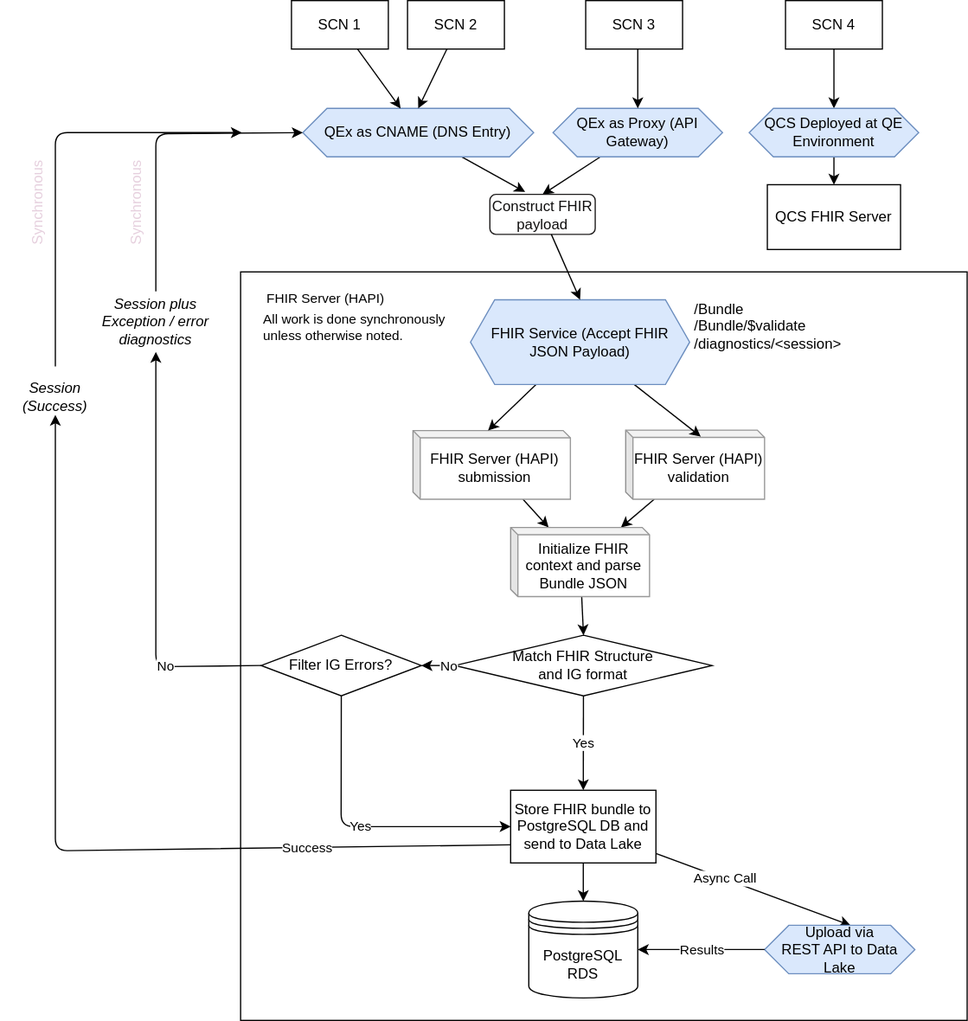
The draw.io diagram support/docs/qcs-fhir-service.drawio.svg in qe-collaborative-services/1115-hub, before a commit. Source tidied: cells renumbered, new cells last; positions are measured from the earlier drawing's top-left corner, leaving out a move shared by most shapes.
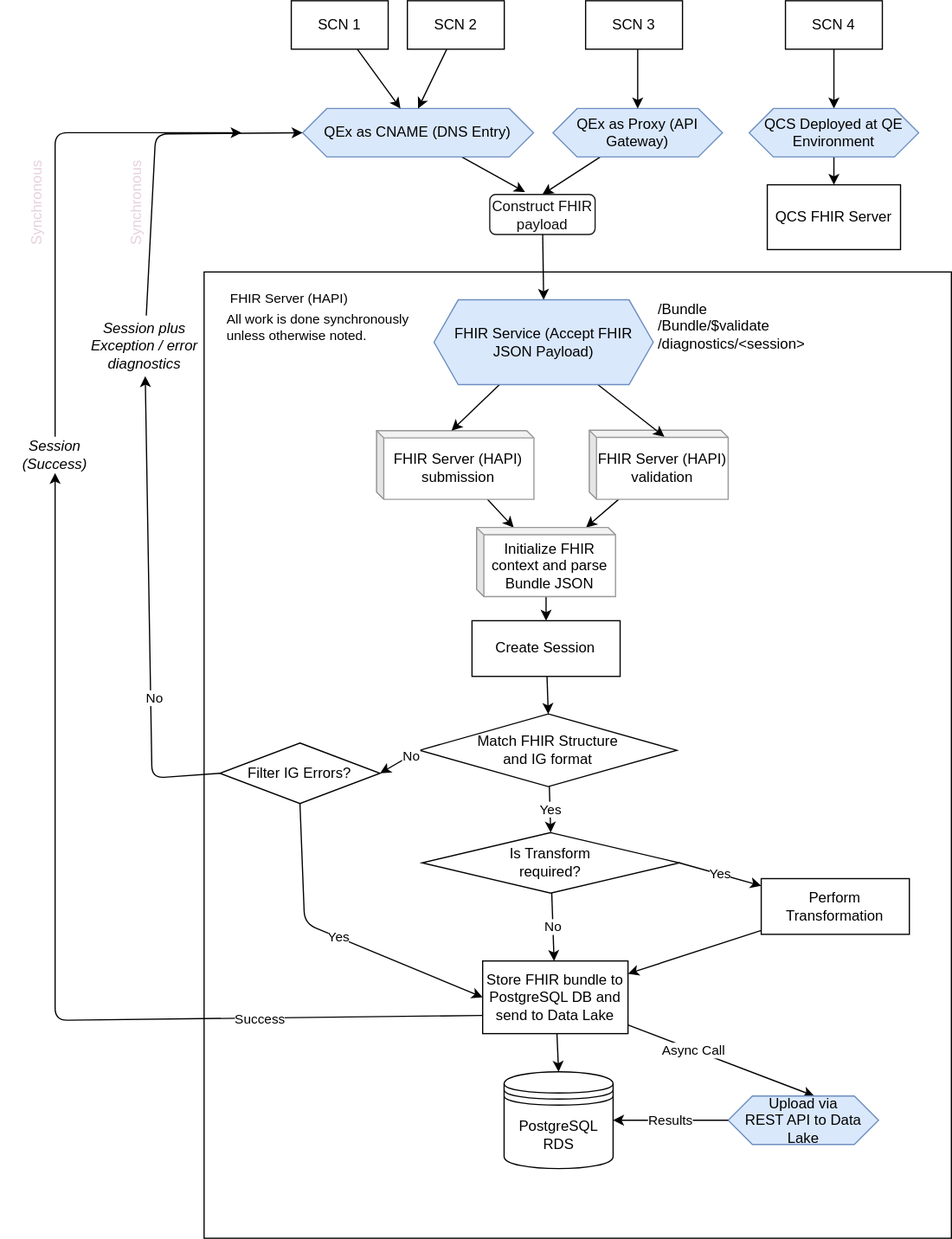
Later version of the same file.

Commit message:
docs: add transform option to the diagram

Change to the diagram source:
```diff
@@ -16,13 +16,13 @@
       </mxGeometry>
     </mxCell>
     <mxCell id="5" value="&lt;span style=&quot;&quot;&gt;Session plus Exception / error diagnostics&lt;/span&gt;" style="text;html=1;strokeColor=none;fillColor=none;align=center;verticalAlign=middle;whiteSpace=wrap;rounded=0;fontStyle=2;" parent="1" vertex="1">
-      <mxGeometry x="95" y="240" width="100" height="50" as="geometry" />
+      <mxGeometry x="86" y="260" width="100" height="50" as="geometry" />
     </mxCell>
     <mxCell id="6" value="&lt;font color=&quot;#100f0f&quot;&gt;Construct FHIR payload&lt;/font&gt;" style="rounded=1;whiteSpace=wrap;html=1;fontColor=#999999;strokeColor=#1d1b1b;" parent="1" vertex="1">
       <mxGeometry x="420.9" y="160" width="87" height="33" as="geometry" />
     </mxCell>
     <mxCell id="7" style="html=1;whiteSpace=wrap;" parent="1" vertex="1">
-      <mxGeometry x="215" y="224" width="600" height="618" as="geometry" />
+      <mxGeometry x="185" y="224" width="617" height="798" as="geometry" />
     </mxCell>
     <mxCell id="8" style="edgeStyle=none;html=1;fontColor=#000000;" parent="7" edge="1" source="9" target="20">
       <mxGeometry relative="1" as="geometry" />
@@ -37,9 +37,9 @@
       <mxGeometry x="318" y="130.6" width="114.7" height="57.1" as="geometry" />
     </mxCell>
     <mxCell id="12" value="Match FHIR Structure&lt;br&gt;and IG format" style="rhombus;whiteSpace=wrap;html=1;" parent="7" vertex="1">
-      <mxGeometry x="177" y="300" width="212.3" height="50" as="geometry" />
+      <mxGeometry x="178" y="365" width="212.3" height="60" as="geometry" />
     </mxCell>
-    <mxCell id="13" value="Yes" style="edgeStyle=none;html=1;entryX=0.5;entryY=0;entryDx=0;entryDy=0;" parent="7" edge="1" source="12" target="18">
+    <mxCell id="13" value="Yes" style="edgeStyle=none;html=1;entryX=0.5;entryY=0;entryDx=0;entryDy=0;" parent="7" edge="1" source="12" target="57">
       <mxGeometry relative="1" as="geometry" />
     </mxCell>
     <mxCell id="14" value="FHIR Server (HAPI)" style="edgeLabel;html=1;align=center;verticalAlign=middle;fontColor=#000000;" parent="7" vertex="1">
@@ -57,19 +57,19 @@
       <mxGeometry x="-0.3" relative="1" as="geometry" />
     </mxCell>
     <mxCell id="18" value="Store FHIR bundle to PostgreSQL DB and send to Data Lake" style="rounded=0;whiteSpace=wrap;html=1;" parent="7" vertex="1">
-      <mxGeometry x="223" y="428" width="120" height="60" as="geometry" />
+      <mxGeometry x="230" y="569" width="120" height="60" as="geometry" />
     </mxCell>
-    <mxCell id="19" style="edgeStyle=none;html=1;entryX=0.5;entryY=0;entryDx=0;entryDy=0;fontColor=#000000;" parent="7" edge="1" source="20" target="12">
+    <mxCell id="19" style="edgeStyle=none;html=1;fontColor=#000000;" parent="7" edge="1" source="20" target="61">
       <mxGeometry relative="1" as="geometry" />
     </mxCell>
     <mxCell id="20" value="&lt;font color=&quot;#000000&quot;&gt;Initialize FHIR context and parse Bundle JSON&lt;/font&gt;" style="shape=cube;whiteSpace=wrap;html=1;boundedLbl=1;backgroundOutline=1;darkOpacity=0.05;darkOpacity2=0.1;strokeColor=#999999;fontColor=#999999;size=6;" parent="7" vertex="1">
-      <mxGeometry x="223" y="211" width="114.7" height="57.1" as="geometry" />
+      <mxGeometry x="225" y="211" width="114.7" height="57.1" as="geometry" />
     </mxCell>
     <mxCell id="21" value="PostgreSQL RDS" style="shape=datastore;whiteSpace=wrap;html=1;" parent="7" vertex="1">
-      <mxGeometry x="238" y="519.5" width="90" height="80" as="geometry" />
+      <mxGeometry x="247.7" y="660.5" width="90" height="80" as="geometry" />
     </mxCell>
     <mxCell id="22" value="Upload via&lt;br&gt;REST API to Data Lake" style="shape=hexagon;perimeter=hexagonPerimeter2;whiteSpace=wrap;html=1;fixedSize=1;fillColor=#dae8fc;strokeColor=#6c8ebf;" parent="7" vertex="1">
-      <mxGeometry x="432.7" y="539.5" width="124.2" height="40" as="geometry" />
+      <mxGeometry x="432.7" y="680.5" width="124.2" height="40" as="geometry" />
     </mxCell>
     <mxCell id="23" style="edgeStyle=none;html=1;entryX=0.541;entryY=0.094;entryDx=0;entryDy=0;entryPerimeter=0;" parent="7" edge="1" source="25" target="11">
       <mxGeometry relative="1" as="geometry" />
@@ -84,12 +84,12 @@
       <mxGeometry x="372.9" y="15" width="140" height="60" as="geometry" />
     </mxCell>
     <mxCell id="27" value="Filter IG Errors?" style="rhombus;whiteSpace=wrap;html=1;" parent="7" vertex="1">
-      <mxGeometry x="17" y="300" width="132.3" height="50" as="geometry" />
+      <mxGeometry x="13" y="389" width="132.3" height="50" as="geometry" />
     </mxCell>
     <mxCell id="28" value="Yes" style="edgeStyle=none;html=1;entryX=0;entryY=0.5;entryDx=0;entryDy=0;exitX=0.5;exitY=1;exitDx=0;exitDy=0;" parent="7" edge="1" source="27" target="18">
       <mxGeometry relative="1" as="geometry">
         <Array as="points">
-          <mxPoint x="83" y="458" />
+          <mxPoint x="83" y="538" />
         </Array>
       </mxGeometry>
     </mxCell>
@@ -105,16 +105,37 @@
     <mxCell id="32" value="&lt;span style=&quot;color: rgb(0, 0, 0); font-family: Helvetica; font-size: 11px; font-style: normal; font-variant-ligatures: normal; font-variant-caps: normal; font-weight: 400; letter-spacing: normal; orphans: 2; text-align: center; text-indent: 0px; text-transform: none; widows: 2; word-spacing: 0px; -webkit-text-stroke-width: 0px; white-space: nowrap; background-color: rgb(255, 255, 255); text-decoration-thickness: initial; text-decoration-style: initial; text-decoration-color: initial; display: inline !important; float: none;&quot;&gt;All work is done synchronously&lt;/span&gt;&lt;br style=&quot;forced-color-adjust: none; color: rgb(0, 0, 0); font-family: Helvetica; font-size: 11px; font-style: normal; font-variant-ligatures: normal; font-variant-caps: normal; font-weight: 400; letter-spacing: normal; orphans: 2; text-align: center; text-indent: 0px; text-transform: none; widows: 2; word-spacing: 0px; -webkit-text-stroke-width: 0px; white-space: nowrap; background-color: rgb(255, 255, 255); text-decoration-thickness: initial; text-decoration-style: initial; text-decoration-color: initial;&quot;&gt;&lt;span style=&quot;color: rgb(0, 0, 0); font-family: Helvetica; font-size: 11px; font-style: normal; font-variant-ligatures: normal; font-variant-caps: normal; font-weight: 400; letter-spacing: normal; orphans: 2; text-align: center; text-indent: 0px; text-transform: none; widows: 2; word-spacing: 0px; -webkit-text-stroke-width: 0px; white-space: nowrap; background-color: rgb(255, 255, 255); text-decoration-thickness: initial; text-decoration-style: initial; text-decoration-color: initial; display: inline !important; float: none;&quot;&gt;unless otherwise noted.&lt;/span&gt;" style="text;whiteSpace=wrap;html=1;" parent="7" vertex="1">
       <mxGeometry x="17" y="25" width="180" height="50" as="geometry" />
     </mxCell>
+    <mxCell id="55" value="Yes" style="edgeStyle=none;html=1;exitX=1;exitY=0.5;exitDx=0;exitDy=0;" parent="7" edge="1" source="57" target="59">
+      <mxGeometry relative="1" as="geometry" />
+    </mxCell>
+    <mxCell id="56" value="No" style="edgeStyle=none;html=1;" parent="7" edge="1" source="57" target="18">
+      <mxGeometry relative="1" as="geometry" />
+    </mxCell>
+    <mxCell id="57" value="Is Transform&lt;br&gt;&amp;nbsp;required?" style="rhombus;whiteSpace=wrap;html=1;" parent="7" vertex="1">
+      <mxGeometry x="180" y="463" width="212.3" height="50" as="geometry" />
+    </mxCell>
+    <mxCell id="58" style="edgeStyle=none;html=1;" parent="7" edge="1" source="59" target="18">
+      <mxGeometry relative="1" as="geometry" />
+    </mxCell>
+    <mxCell id="59" value="Perform Transformation" style="rounded=0;whiteSpace=wrap;html=1;" parent="7" vertex="1">
+      <mxGeometry x="460" y="501" width="122.3" height="46" as="geometry" />
+    </mxCell>
+    <mxCell id="60" style="edgeStyle=none;html=1;entryX=0.5;entryY=0;entryDx=0;entryDy=0;" parent="7" edge="1" source="61" target="12">
+      <mxGeometry relative="1" as="geometry" />
+    </mxCell>
+    <mxCell id="61" value="Create Session" style="rounded=0;whiteSpace=wrap;html=1;" parent="7" vertex="1">
+      <mxGeometry x="221.2" y="288" width="122.3" height="46" as="geometry" />
+    </mxCell>
     <mxCell id="33" style="edgeStyle=none;html=1;fontColor=#000000;exitX=0;exitY=0.5;exitDx=0;exitDy=0;" parent="1" edge="1" source="27" target="5">
       <mxGeometry relative="1" as="geometry">
         <Array as="points">
-          <mxPoint x="145" y="550" />
+          <mxPoint x="142" y="642" />
         </Array>
       </mxGeometry>
     </mxCell>
-    <mxCell id="34" value="No" style="edgeLabel;html=1;align=center;verticalAlign=middle;fontColor=#000000;" parent="33" vertex="1">
-      <mxGeometry x="-0.54" relative="1" as="geometry" />
-    </mxCell>
+    <mxCell id="62" value="No" style="edgeLabel;html=1;align=center;verticalAlign=middle;" parent="33" vertex="1">
+      <mxGeometry x="-0.37" y="-3" relative="1" as="geometry" />
+    </mxCell>
     <mxCell id="35" style="edgeStyle=none;html=1;entryX=0.5;entryY=0;entryDx=0;entryDy=0;" parent="1" edge="1" source="6" target="25">
       <mxGeometry relative="1" as="geometry" />
     </mxCell>
@@ -161,9 +182,8 @@
     <mxCell id="48" value="QCS FHIR Server" style="rounded=0;whiteSpace=wrap;html=1;" parent="1" vertex="1">
       <mxGeometry x="650" y="152" width="110" height="53.5" as="geometry" />
     </mxCell>
-    <mxCell id="49" style="edgeStyle=none;html=1;entryX=0;entryY=0.5;entryDx=0;entryDy=0;fontColor=#999999;" parent="1" edge="1">
+    <mxCell id="49" style="edgeStyle=none;html=1;entryX=0;entryY=0.5;entryDx=0;entryDy=0;fontColor=#999999;exitX=0.5;exitY=0;exitDx=0;exitDy=0;" parent="1" edge="1" source="50">
       <mxGeometry relative="1" as="geometry">
-        <mxPoint x="62" y="302" as="sourcePoint" />
         <mxPoint x="216" y="109" as="targetPoint" />
         <Array as="points">
           <mxPoint x="62" y="109" />
@@ -171,13 +191,12 @@
       </mxGeometry>
     </mxCell>
     <mxCell id="50" value="&lt;span style=&quot;&quot;&gt;Session (Success)&lt;/span&gt;" style="text;html=1;strokeColor=none;fillColor=none;align=center;verticalAlign=middle;whiteSpace=wrap;rounded=0;fontStyle=2;" parent="1" vertex="1">
-      <mxGeometry x="17" y="312" width="90" height="30" as="geometry" />
+      <mxGeometry x="17" y="360" width="90" height="30" as="geometry" />
     </mxCell>
-    <mxCell id="51" style="edgeStyle=none;html=1;fontColor=#000000;exitX=0;exitY=0.75;exitDx=0;exitDy=0;" parent="1" edge="1" source="18">
+    <mxCell id="51" style="edgeStyle=none;html=1;fontColor=#000000;exitX=0;exitY=0.75;exitDx=0;exitDy=0;entryX=0.5;entryY=1;entryDx=0;entryDy=0;" parent="1" edge="1" source="18" target="50">
       <mxGeometry relative="1" as="geometry">
-        <mxPoint x="62" y="342" as="targetPoint" />
         <Array as="points">
-          <mxPoint x="62" y="702" />
+          <mxPoint x="62" y="842" />
         </Array>
       </mxGeometry>
     </mxCell>
```
